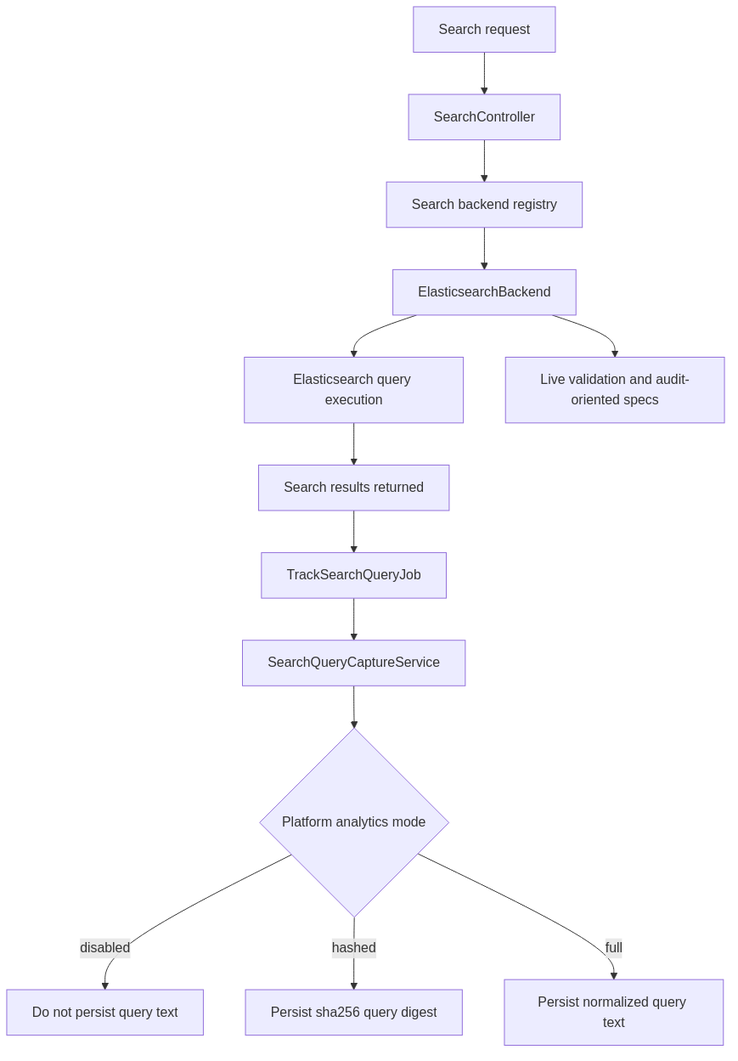
Before: docs/diagrams/exports/png/release_0_11_0_search_validation_flow.png, a diagram exported from Mermaid (better-together-org/community-engine-rails). Its source is kept beside it as docs/diagrams/source/release_0_11_0_search_validation_flow.mmd.
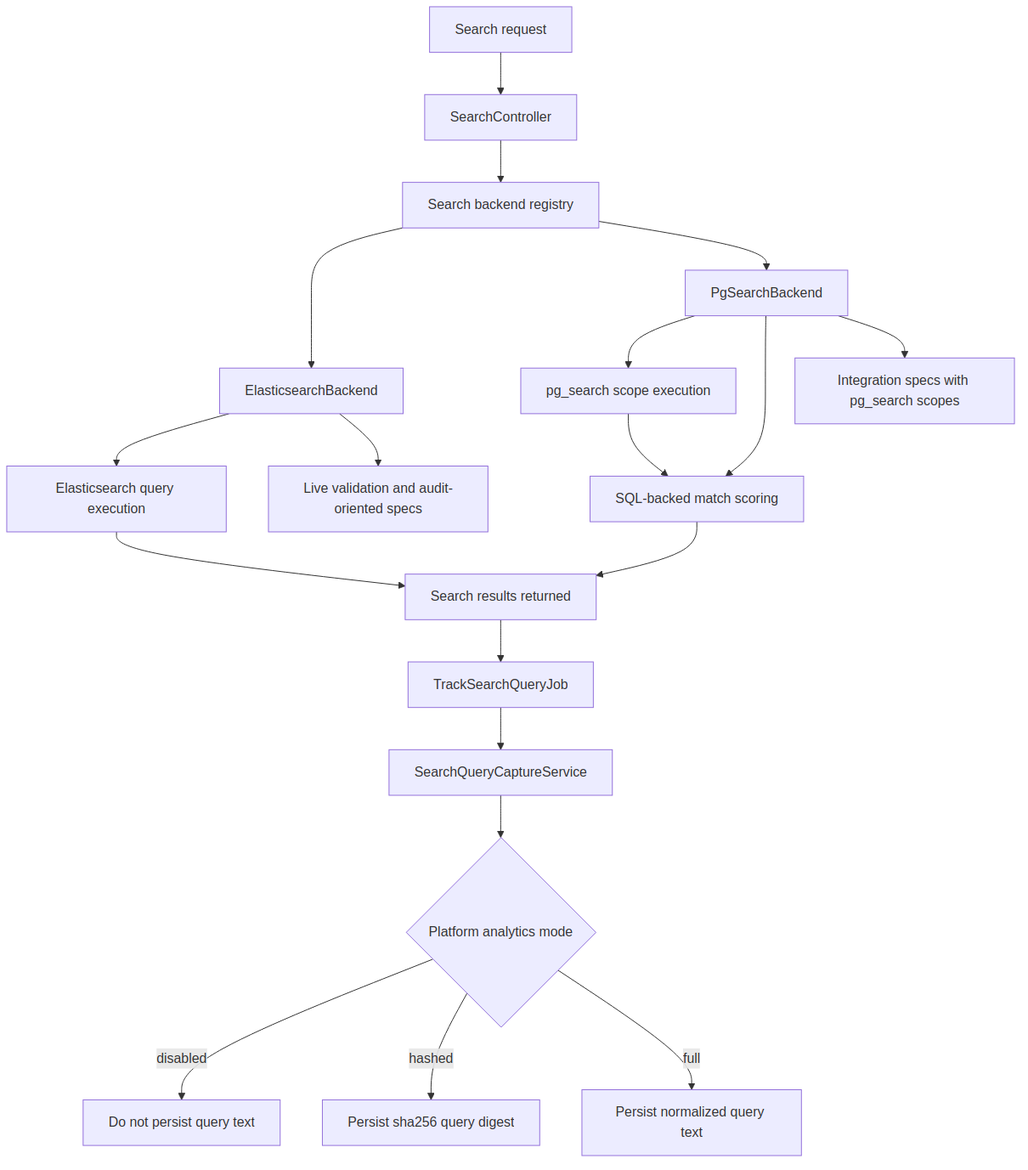
The same diagram one commit later.

What changed in the source:
```diff
@@ -2,8 +2,13 @@
     A[Search request] --> B[SearchController]
     B --> C[Search backend registry]
     C --> D[ElasticsearchBackend]
+    C --> P[PgSearchBackend]
     D --> E[Elasticsearch query execution]
+    P --> Q[pg_search scope execution]
+    P --> R[SQL-backed match scoring]
+    Q --> R
     E --> F[Search results returned]
+    R --> F
     F --> G[TrackSearchQueryJob]
     G --> H[SearchQueryCaptureService]
     H --> I{Platform analytics mode}
@@ -11,3 +16,4 @@
     I -- hashed --> K[Persist sha256 query digest]
     I -- full --> L[Persist normalized query text]
     D --> M[Live validation and audit-oriented specs]
+    P --> N[Integration specs with pg_search scopes]
```
